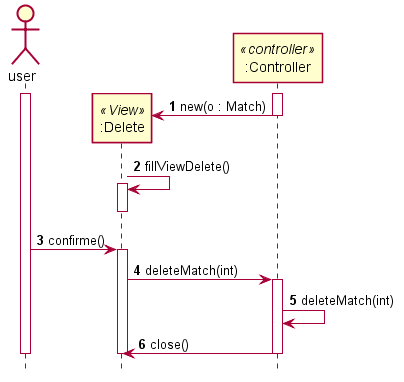
Earlier version of the PlantUML export ANC3-Diagramme/UC_DELETE_MATCH/SD_DELETE_MATCH.png (MatildeGr/Java-Tournament-Management). The source it was exported from:
```plantuml
@startuml SD_DELETE_MATCH
autonumber
hide footbox
skinparam shadowing false
actor user as u
participant ":Delete" as v <<View>>
participant ":Controller" as c <<controller>>
create v
activate u
activate c
c -> v :new(o : Match)
deactivate c
v -> v : fillViewDelete()
activate v
deactivate v
u -> v :confirme()

activate v
v -> c :deleteMatch(int)
activate c
c -> c :deleteMatch(int)
c -> v :close()
deactivate c
deactivate v
deactivate u
@enduml
```
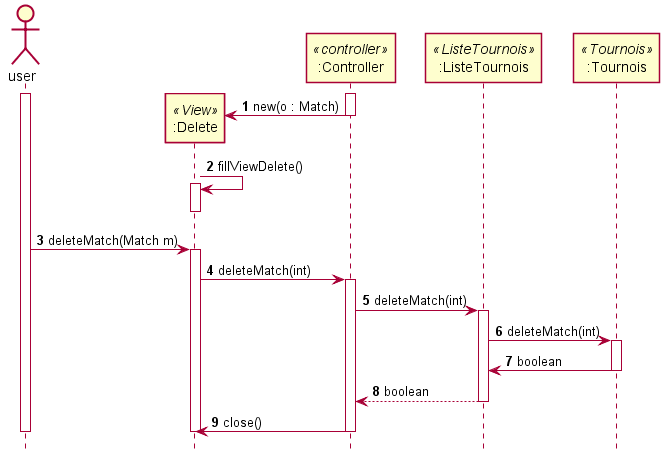
The same diagram one commit later.

Change to the diagram source:
```diff
@@ -5,6 +5,8 @@
 actor user as u
 participant ":Delete" as v <<View>>
 participant ":Controller" as c <<controller>>
+participant ":ListeTournois" as lt <<ListeTournois>>
+participant ":Tournois" as t <<Tournois>>
 create v
 activate u
 activate c
@@ -13,12 +15,19 @@
 v -> v : fillViewDelete()
 activate v
 deactivate v
-u -> v :confirme()
+u -> v :deleteMatch(Match m)
 
 activate v
 v -> c :deleteMatch(int)
 activate c
-c -> c :deleteMatch(int)
+c -> lt :deleteMatch(int)
+activate lt
+lt -> t :deleteMatch(int)
+activate t
+t -> lt  : boolean
+deactivate t
+lt --> c : boolean
+deactivate lt
 c -> v :close()
 deactivate c
 deactivate v
```
